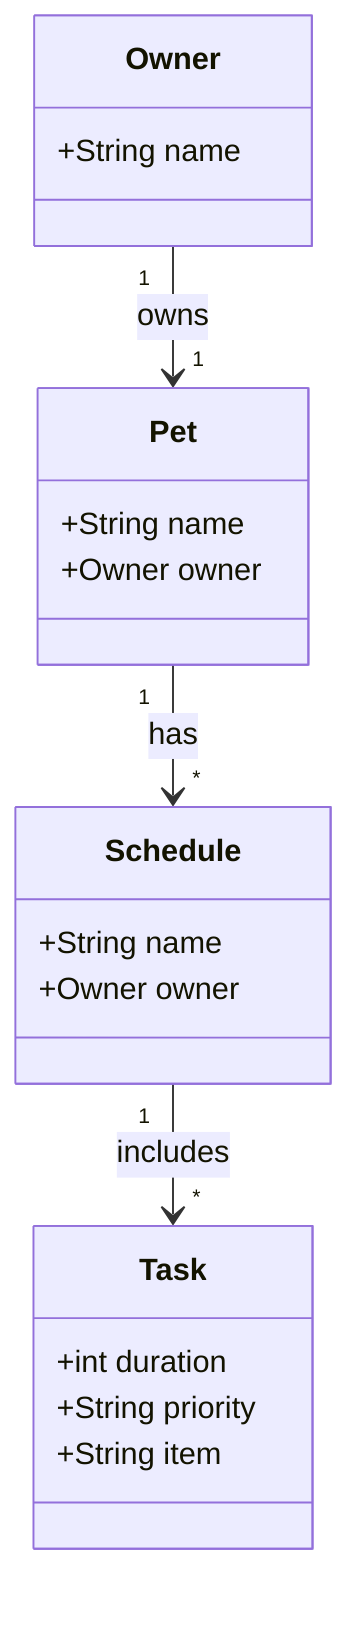
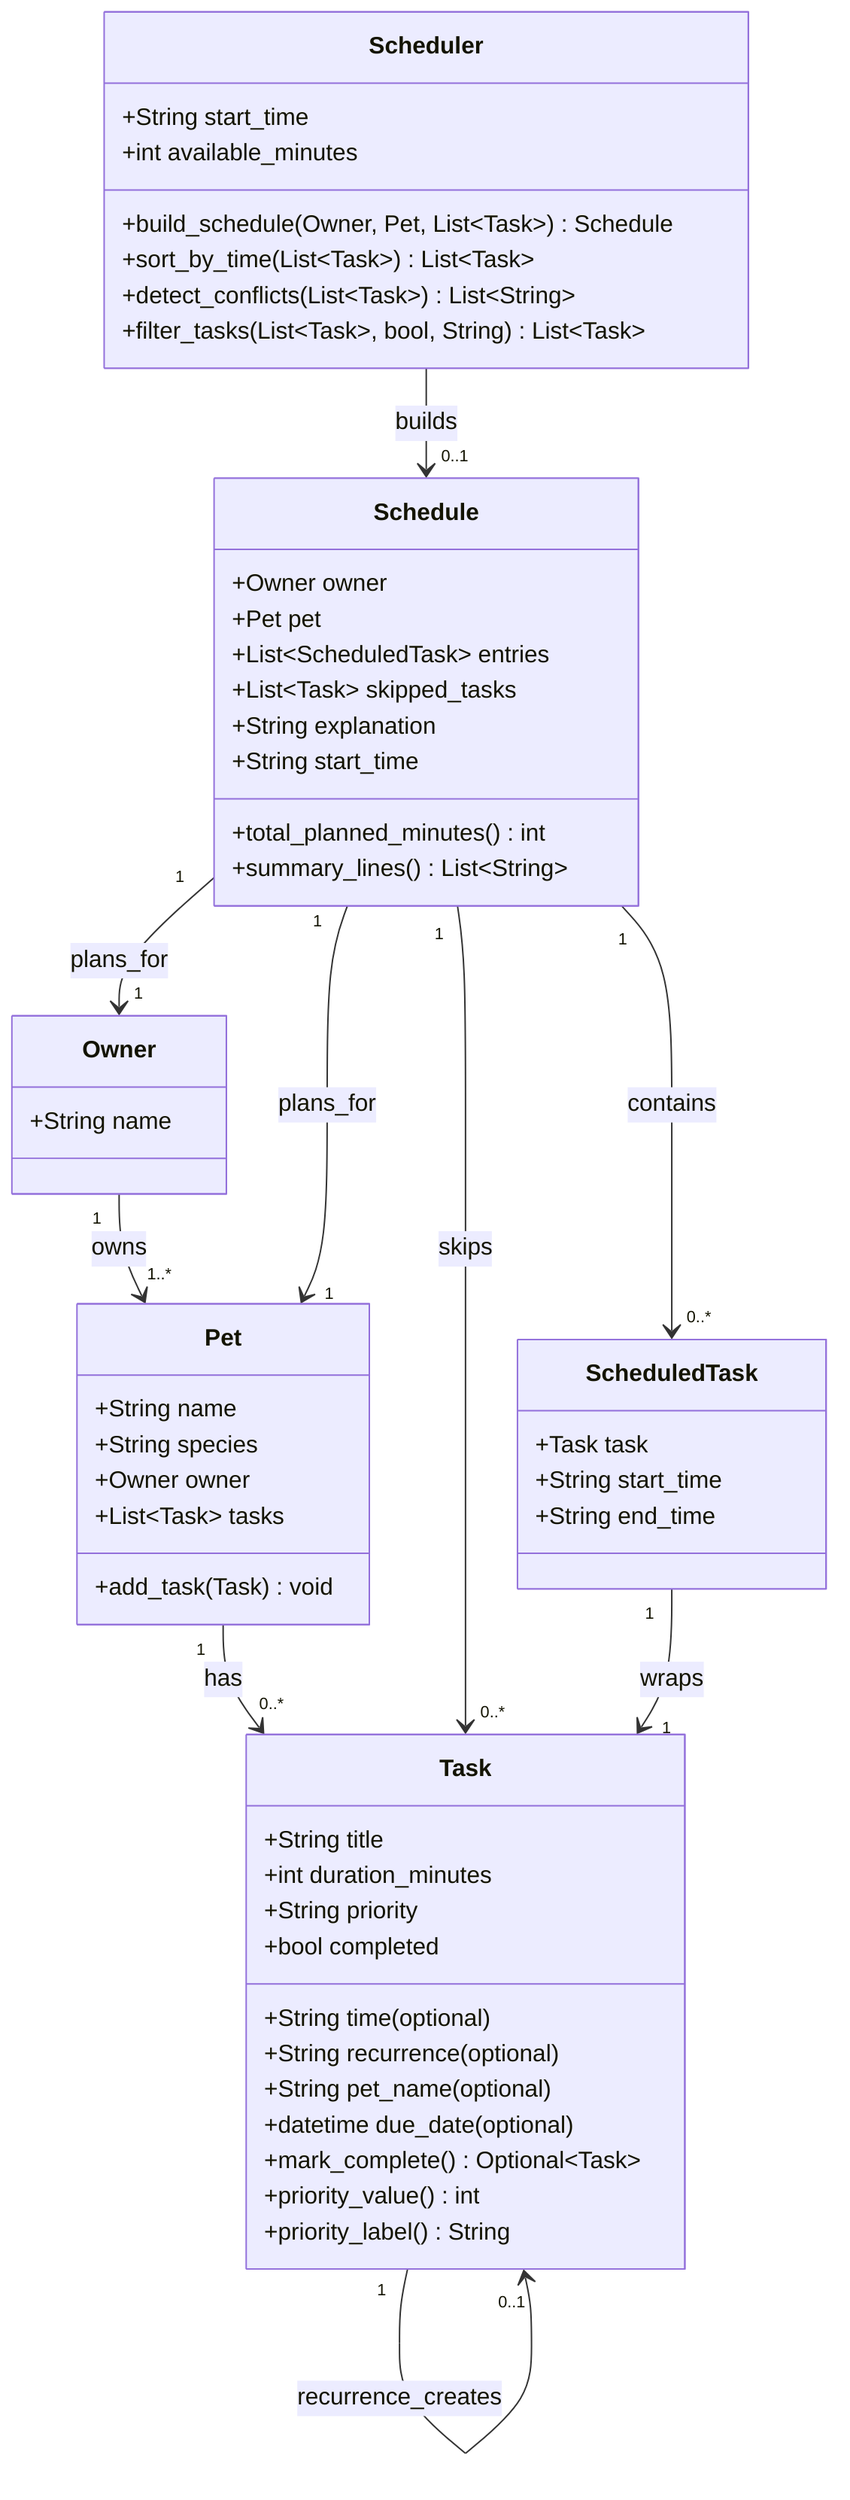
```mermaid
classDiagram
    class Owner {
        +String name
    }

    class Pet {
        +String name
+         +String species
        +Owner owner
+         +List~Task~ tasks
+         +add_task(Task) void
+     }
+ 
+     class Task {
+         +String title
+         +int duration_minutes
+         +String priority
+         +bool completed
+         +String time (optional)
+         +String recurrence (optional)
+         +String pet_name (optional)
+         +datetime due_date (optional)
+         +mark_complete() Optional~Task~
+         +priority_value() int
+         +priority_label() String
+     }
+ 
+     class ScheduledTask {
+         +Task task
+         +String start_time
+         +String end_time
    }

    class Schedule {
-         +String name
        +Owner owner
+         +Pet pet
+         +List~ScheduledTask~ entries
+         +List~Task~ skipped_tasks
+         +String explanation
+         +String start_time
+         +total_planned_minutes() int
+         +summary_lines() List~String~
    }

-     class Task {
-         +int duration
-         +String priority
-         +String item
+     class Scheduler {
+         +String start_time
+         +int available_minutes
+         +build_schedule(Owner, Pet, List~Task~) Schedule
+         +sort_by_time(List~Task~) List~Task~
+         +detect_conflicts(List~Task~) List~String~
+         +filter_tasks(List~Task~, bool, String) List~Task~
    }

-     Owner "1" --> "1" Pet : owns
-     Pet "1" --> "*" Schedule : has
-     Schedule "1" --> "*" Task : includes
+     Owner "1" --> "1..*" Pet : owns
+     Pet "1" --> "0..*" Task : has
+     Scheduler --> "0..1" Schedule : builds
+     Schedule "1" --> "0..*" ScheduledTask : contains
+     Schedule "1" --> "0..*" Task : skips
+     ScheduledTask "1" --> "1" Task : wraps
+     Schedule "1" --> "1" Pet : plans_for
+     Schedule "1" --> "1" Owner : plans_for
+     Task "1" --> "0..1" Task : recurrence_creates
```
